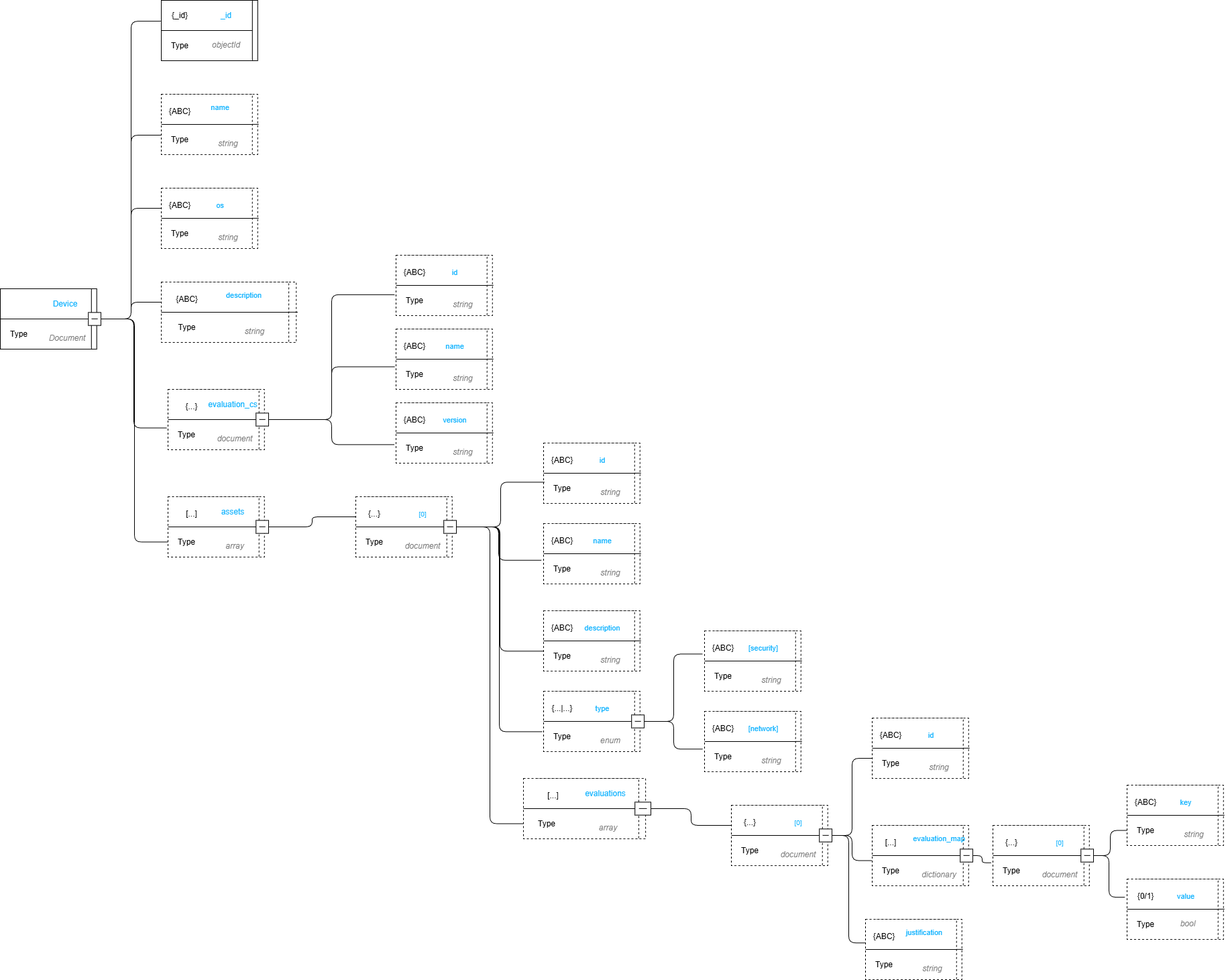
Earlier version of the draw.io export src/PB/DocumentazioneEsterna/Specifica_Tecnica/images/schema_dati_dispositivo.drawio.png (GroupRubberDuck/Documentazione). Source tidied: cells renumbered, new cells last; positions are measured from the earlier drawing's top-left corner, leaving out a move shared by most shapes.
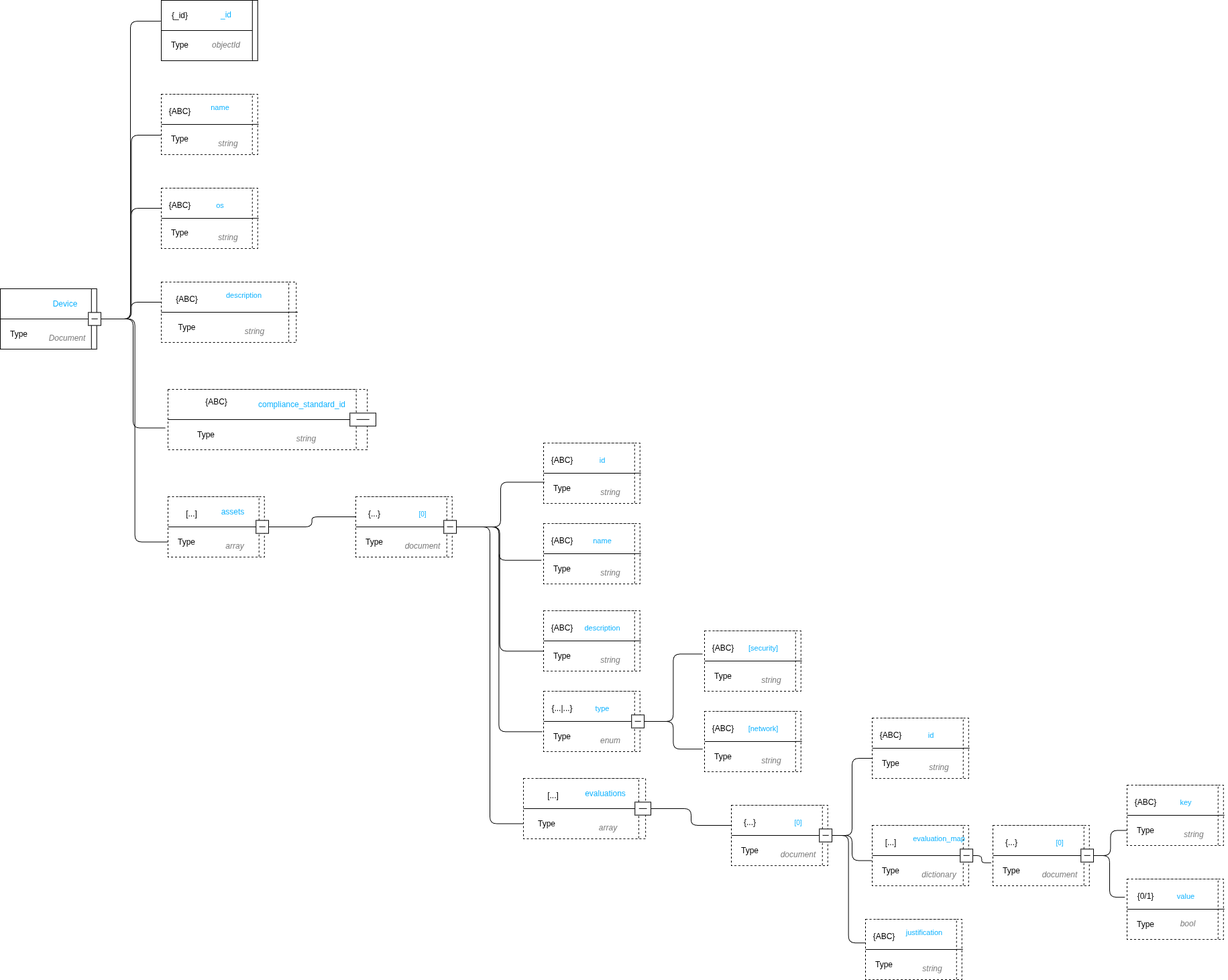
The same diagram one commit later.

Commit message:
Fix: lasciato solo id per il device standard nello schema db di dispositivo (ST, sezione vista dati).

What changed in the source:
```diff
@@ -75,43 +75,43 @@
       <mxGeometry x="8.8" y="16.4" width="37.5" height="19.3" as="geometry" />
     </mxCell>
     <mxCell id="22" style="group;dashed=1;" parent="1" vertex="1">
-      <mxGeometry x="250" y="580" width="150" height="90" as="geometry" />
+      <mxGeometry x="250" y="580" width="310" height="90" as="geometry" />
     </mxCell>
     <mxCell id="23" style="rounded=0;whiteSpace=wrap;html=1;dashed=1;" parent="22" vertex="1">
-      <mxGeometry x="16" width="127.8" height="90" as="geometry" />
+      <mxGeometry x="33" width="264.1" height="90" as="geometry" />
     </mxCell>
     <mxCell id="24" style="rounded=0;whiteSpace=wrap;html=1;dashed=1;" parent="22" vertex="1">
-      <mxGeometry width="135.8" height="90" as="geometry" />
+      <mxGeometry width="280.6" height="90" as="geometry" />
     </mxCell>
     <mxCell id="25" style="endArrow=none;html=1;exitX=0;exitY=0.5;exitDx=0;exitDy=0;entryX=1;entryY=0.5;entryDx=0;entryDy=0;" parent="22" edge="1" source="24" target="24">
       <mxGeometry relative="1" as="geometry" />
     </mxCell>
     <mxCell id="26" style="group;" parent="22" vertex="1">
-      <mxGeometry x="131.2" y="35.4" width="18.8" height="19.3" as="geometry" />
+      <mxGeometry x="271.2" y="35.4" width="38.8" height="19.3" as="geometry" />
     </mxCell>
     <mxCell id="27" style="rounded=0;whiteSpace=wrap;html=1;" parent="26" vertex="1">
-      <mxGeometry width="18.8" height="19.3" as="geometry" />
+      <mxGeometry width="38.8" height="19.3" as="geometry" />
     </mxCell>
     <mxCell id="28" style="endArrow=none;html=1;" parent="26" edge="1">
       <mxGeometry relative="1" as="geometry">
-        <mxPoint x="4.7" y="9.5" as="sourcePoint" />
-        <mxPoint x="14.1" y="9.5" as="targetPoint" />
+        <mxPoint x="9.7" y="9.5" as="sourcePoint" />
+        <mxPoint x="29.1" y="9.5" as="targetPoint" />
         <Array as="points">
-          <mxPoint x="4.7" y="9.5" />
+          <mxPoint x="9.7" y="9.5" />
         </Array>
       </mxGeometry>
     </mxCell>
     <mxCell id="29" value="&lt;span style=&quot;color: rgb(0, 0, 0);&quot;&gt;Type&lt;/span&gt;" style="text;html=1;align=center;verticalAlign=middle;whiteSpace=wrap;rounded=0;dashed=1;" parent="22" vertex="1">
-      <mxGeometry x="8.7" y="57.9" width="37.5" height="19.3" as="geometry" />
+      <mxGeometry x="18.1" y="57.9" width="77.5" height="19.3" as="geometry" />
     </mxCell>
-    <mxCell id="30" value="&lt;i&gt;&lt;font style=&quot;color: light-dark(rgb(122, 122, 122), rgb(237, 237, 237));&quot;&gt;document&lt;/font&gt;&lt;/i&gt;" style="text;html=1;align=center;verticalAlign=middle;whiteSpace=wrap;rounded=0;dashed=1;" parent="22" vertex="1">
-      <mxGeometry x="68.8" y="64.3" width="62.5" height="19.3" as="geometry" />
+    <mxCell id="30" value="&lt;i&gt;&lt;font style=&quot;color: light-dark(rgb(122, 122, 122), rgb(237, 237, 237));&quot;&gt;string&lt;/font&gt;&lt;/i&gt;" style="text;html=1;align=center;verticalAlign=middle;whiteSpace=wrap;rounded=0;dashed=1;" parent="22" vertex="1">
+      <mxGeometry x="142.1" y="64.3" width="129.2" height="19.3" as="geometry" />
     </mxCell>
-    <mxCell id="31" value="&lt;span&gt;&lt;font style=&quot;color: rgb(14, 178, 255);&quot;&gt;evaluation_cs&lt;/font&gt;&lt;/span&gt;" style="text;html=1;align=center;verticalAlign=middle;whiteSpace=wrap;rounded=0;dashed=1;" parent="22" vertex="1">
-      <mxGeometry x="68.8" y="6.4" width="56.2" height="32.1" as="geometry" />
+    <mxCell id="31" value="&lt;span&gt;&lt;font style=&quot;color: rgb(14, 178, 255);&quot;&gt;compliance_standard_id&lt;/font&gt;&lt;/span&gt;" style="text;html=1;align=center;verticalAlign=middle;whiteSpace=wrap;rounded=0;dashed=1;" parent="22" vertex="1">
+      <mxGeometry x="142.1" y="6.4" width="116.2" height="32.1" as="geometry" />
     </mxCell>
-    <mxCell id="32" value="{...}" style="text;html=1;align=center;verticalAlign=middle;whiteSpace=wrap;rounded=0;dashed=1;" parent="22" vertex="1">
-      <mxGeometry x="8.8" y="16.1" width="52.5" height="19.3" as="geometry" />
+    <mxCell id="32" value="{ABC}&lt;div&gt;&lt;br&gt;&lt;/div&gt;" style="text;html=1;align=center;verticalAlign=middle;whiteSpace=wrap;rounded=0;dashed=1;" parent="22" vertex="1">
+      <mxGeometry x="18.1" y="16.1" width="108.5" height="19.3" as="geometry" />
     </mxCell>
     <mxCell id="33" style="group;" parent="1" vertex="1">
       <mxGeometry x="240" width="150" height="90" as="geometry" />
@@ -224,123 +224,6 @@
     <mxCell id="65" style="edgeStyle=elbowEdgeStyle;html=1;entryX=-0.014;entryY=0.639;entryDx=0;entryDy=0;entryPerimeter=0;endArrow=none;endFill=0;" parent="1" edge="1" source="7" target="24">
       <mxGeometry relative="1" as="geometry" />
     </mxCell>
-    <mxCell id="66" style="group;dashed=1;" parent="1" vertex="1">
-      <mxGeometry x="590" y="380" width="150" height="90" as="geometry" />
-    </mxCell>
-    <mxCell id="67" style="rounded=0;whiteSpace=wrap;html=1;dashed=1;" parent="66" vertex="1">
-      <mxGeometry x="16" width="127.8" height="90" as="geometry" />
-    </mxCell>
-    <mxCell id="68" style="rounded=0;whiteSpace=wrap;html=1;dashed=1;" parent="66" vertex="1">
-      <mxGeometry width="135.8" height="90" as="geometry" />
-    </mxCell>
-    <mxCell id="69" style="endArrow=none;html=1;exitX=0;exitY=0.5;exitDx=0;exitDy=0;entryX=1;entryY=0.5;entryDx=0;entryDy=0;" parent="66" edge="1" source="68" target="68">
-      <mxGeometry relative="1" as="geometry" />
-    </mxCell>
-    <mxCell id="70" style="group;" parent="66" vertex="1">
-      <mxGeometry x="131.2" y="35.4" width="18.8" height="19.3" as="geometry" />
-    </mxCell>
-    <mxCell id="71" style="endArrow=none;html=1;" parent="70" edge="1">
-      <mxGeometry relative="1" as="geometry">
-        <mxPoint x="4.7" y="9.5" as="sourcePoint" />
-        <mxPoint x="14.1" y="9.5" as="targetPoint" />
-        <Array as="points">
-          <mxPoint x="4.7" y="9.5" />
-        </Array>
-      </mxGeometry>
-    </mxCell>
-    <mxCell id="72" value="&lt;span style=&quot;color: rgb(0, 0, 0);&quot;&gt;Type&lt;/span&gt;" style="text;html=1;align=center;verticalAlign=middle;whiteSpace=wrap;rounded=0;dashed=1;" parent="66" vertex="1">
-      <mxGeometry x="8.7" y="57.9" width="37.5" height="19.3" as="geometry" />
-    </mxCell>
-    <mxCell id="73" value="&lt;i&gt;&lt;font style=&quot;color: light-dark(rgb(122, 122, 122), rgb(237, 237, 237));&quot;&gt;string&lt;/font&gt;&lt;/i&gt;" style="text;html=1;align=center;verticalAlign=middle;whiteSpace=wrap;rounded=0;dashed=1;" parent="66" vertex="1">
-      <mxGeometry x="68.8" y="64.3" width="62.5" height="19.3" as="geometry" />
-    </mxCell>
-    <mxCell id="74" value="&lt;font style=&quot;font-size: 11px;&quot; color=&quot;#0eb2ff&quot;&gt;id&lt;/font&gt;" style="text;html=1;align=center;verticalAlign=middle;whiteSpace=wrap;rounded=0;dashed=1;fontSize=10;" parent="66" vertex="1">
-      <mxGeometry x="60" y="10" width="56.2" height="32.1" as="geometry" />
-    </mxCell>
-    <mxCell id="75" value="{ABC}" style="text;html=1;align=center;verticalAlign=middle;whiteSpace=wrap;rounded=0;dashed=1;" parent="66" vertex="1">
-      <mxGeometry x="8.8" y="16.4" width="37.5" height="19.3" as="geometry" />
-    </mxCell>
-    <mxCell id="76" style="group;dashed=1;" parent="1" vertex="1">
-      <mxGeometry x="590" y="490" width="150" height="90" as="geometry" />
-    </mxCell>
-    <mxCell id="77" style="rounded=0;whiteSpace=wrap;html=1;dashed=1;" parent="76" vertex="1">
-      <mxGeometry x="16" width="127.8" height="90" as="geometry" />
-    </mxCell>
-    <mxCell id="78" style="rounded=0;whiteSpace=wrap;html=1;dashed=1;" parent="76" vertex="1">
-      <mxGeometry width="135.8" height="90" as="geometry" />
-    </mxCell>
-    <mxCell id="79" style="endArrow=none;html=1;exitX=0;exitY=0.5;exitDx=0;exitDy=0;entryX=1;entryY=0.5;entryDx=0;entryDy=0;" parent="76" edge="1" source="78" target="78">
-      <mxGeometry relative="1" as="geometry" />
-    </mxCell>
-    <mxCell id="80" style="group;" parent="76" vertex="1">
-      <mxGeometry x="131.2" y="35.4" width="18.8" height="19.3" as="geometry" />
-    </mxCell>
-    <mxCell id="81" style="endArrow=none;html=1;" parent="80" edge="1">
-      <mxGeometry relative="1" as="geometry">
-        <mxPoint x="4.7" y="9.5" as="sourcePoint" />
-        <mxPoint x="14.1" y="9.5" as="targetPoint" />
-        <Array as="points">
-          <mxPoint x="4.7" y="9.5" />
-        </Array>
-      </mxGeometry>
-    </mxCell>
-    <mxCell id="82" value="&lt;span style=&quot;color: rgb(0, 0, 0);&quot;&gt;Type&lt;/span&gt;" style="text;html=1;align=center;verticalAlign=middle;whiteSpace=wrap;rounded=0;dashed=1;" parent="76" vertex="1">
-      <mxGeometry x="8.7" y="57.9" width="37.5" height="19.3" as="geometry" />
-    </mxCell>
-    <mxCell id="83" value="&lt;i&gt;&lt;font style=&quot;color: light-dark(rgb(122, 122, 122), rgb(237, 237, 237));&quot;&gt;string&lt;/font&gt;&lt;/i&gt;" style="text;html=1;align=center;verticalAlign=middle;whiteSpace=wrap;rounded=0;dashed=1;" parent="76" vertex="1">
-      <mxGeometry x="68.8" y="64.3" width="62.5" height="19.3" as="geometry" />
-    </mxCell>
-    <mxCell id="84" value="&lt;span&gt;&lt;font style=&quot;color: rgb(14, 178, 255); font-size: 11px;&quot;&gt;name&lt;/font&gt;&lt;/span&gt;" style="text;html=1;align=center;verticalAlign=middle;whiteSpace=wrap;rounded=0;dashed=1;fontSize=10;" parent="76" vertex="1">
-      <mxGeometry x="60" y="10" width="56.2" height="32.1" as="geometry" />
-    </mxCell>
-    <mxCell id="85" value="{ABC}" style="text;html=1;align=center;verticalAlign=middle;whiteSpace=wrap;rounded=0;dashed=1;" parent="76" vertex="1">
-      <mxGeometry x="8.8" y="16.4" width="37.5" height="19.3" as="geometry" />
-    </mxCell>
-    <mxCell id="86" style="group;dashed=1;" parent="1" vertex="1">
-      <mxGeometry x="590" y="600" width="150" height="90" as="geometry" />
-    </mxCell>
-    <mxCell id="87" style="rounded=0;whiteSpace=wrap;html=1;dashed=1;" parent="86" vertex="1">
-      <mxGeometry x="16" width="127.8" height="90" as="geometry" />
-    </mxCell>
-    <mxCell id="88" style="rounded=0;whiteSpace=wrap;html=1;dashed=1;" parent="86" vertex="1">
-      <mxGeometry width="135.8" height="90" as="geometry" />
-    </mxCell>
-    <mxCell id="89" style="endArrow=none;html=1;exitX=0;exitY=0.5;exitDx=0;exitDy=0;entryX=1;entryY=0.5;entryDx=0;entryDy=0;" parent="86" edge="1" source="88" target="88">
-      <mxGeometry relative="1" as="geometry" />
-    </mxCell>
-    <mxCell id="90" style="group;" parent="86" vertex="1">
-      <mxGeometry x="131.2" y="35.4" width="18.8" height="19.3" as="geometry" />
-    </mxCell>
-    <mxCell id="91" style="endArrow=none;html=1;" parent="90" edge="1">
-      <mxGeometry relative="1" as="geometry">
-        <mxPoint x="4.7" y="9.5" as="sourcePoint" />
-        <mxPoint x="14.1" y="9.5" as="targetPoint" />
-        <Array as="points">
-          <mxPoint x="4.7" y="9.5" />
-        </Array>
-      </mxGeometry>
-    </mxCell>
-    <mxCell id="92" value="&lt;span style=&quot;color: rgb(0, 0, 0);&quot;&gt;Type&lt;/span&gt;" style="text;html=1;align=center;verticalAlign=middle;whiteSpace=wrap;rounded=0;dashed=1;" parent="86" vertex="1">
-      <mxGeometry x="8.7" y="57.9" width="37.5" height="19.3" as="geometry" />
-    </mxCell>
-    <mxCell id="93" value="&lt;i&gt;&lt;font style=&quot;color: light-dark(rgb(122, 122, 122), rgb(237, 237, 237));&quot;&gt;string&lt;/font&gt;&lt;/i&gt;" style="text;html=1;align=center;verticalAlign=middle;whiteSpace=wrap;rounded=0;dashed=1;" parent="86" vertex="1">
-      <mxGeometry x="68.8" y="64.3" width="62.5" height="19.3" as="geometry" />
-    </mxCell>
-    <mxCell id="94" value="&lt;span&gt;&lt;font style=&quot;color: rgb(14, 178, 255); font-size: 11px;&quot;&gt;version&lt;/font&gt;&lt;/span&gt;" style="text;html=1;align=center;verticalAlign=middle;whiteSpace=wrap;rounded=0;dashed=1;fontSize=10;" parent="86" vertex="1">
-      <mxGeometry x="60" y="10" width="56.2" height="32.1" as="geometry" />
-    </mxCell>
-    <mxCell id="95" value="{ABC}" style="text;html=1;align=center;verticalAlign=middle;whiteSpace=wrap;rounded=0;dashed=1;" parent="86" vertex="1">
-      <mxGeometry x="8.8" y="16.4" width="37.5" height="19.3" as="geometry" />
-    </mxCell>
-    <mxCell id="96" style="edgeStyle=elbowEdgeStyle;html=1;entryX=-0.016;entryY=0.654;entryDx=0;entryDy=0;entryPerimeter=0;endArrow=none;endFill=0;exitX=1;exitY=0.5;exitDx=0;exitDy=0;" parent="1" edge="1" source="27" target="68">
-      <mxGeometry relative="1" as="geometry" />
-    </mxCell>
-    <mxCell id="97" style="edgeStyle=elbowEdgeStyle;html=1;entryX=-0.018;entryY=0.693;entryDx=0;entryDy=0;entryPerimeter=0;endArrow=none;endFill=0;exitX=1;exitY=0.5;exitDx=0;exitDy=0;" parent="1" edge="1" source="27" target="88">
-      <mxGeometry relative="1" as="geometry" />
-    </mxCell>
-    <mxCell id="98" style="edgeStyle=elbowEdgeStyle;html=1;entryX=-0.014;entryY=0.626;entryDx=0;entryDy=0;entryPerimeter=0;endArrow=none;endFill=0;exitX=1;exitY=0.5;exitDx=0;exitDy=0;" parent="1" edge="1" source="27" target="78">
-      <mxGeometry relative="1" as="geometry" />
-    </mxCell>
     <mxCell id="99" style="group;dashed=1;" parent="1" vertex="1">
       <mxGeometry x="250" y="740" width="150" height="90" as="geometry" />
     </mxCell>
```
